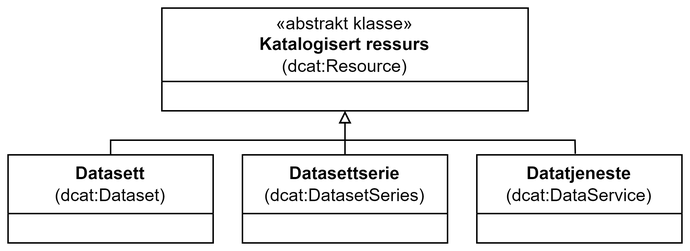
Informasjonsforvaltning/dcat-ap-no keeps this draw.io diagram as docs/images/Klassen-KatalogisertRessurs.png. Above is the earlier version. Source tidied: cells renumbered, new cells last; positions are measured from the earlier drawing's top-left corner, leaving out a move shared by most shapes.
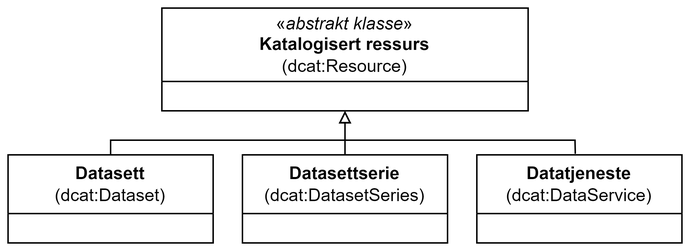
Above is the later version.

Commit message:
Oppdaterer Katalogisert ressurs

The edit, as a diff of the source:
```diff
@@ -2,7 +2,7 @@
   <root>
     <mxCell id="0" />
     <mxCell id="1" parent="0" />
-    <mxCell id="2" value="&lt;span style=&quot;font-weight: normal;&quot;&gt;«abstrakt klasse»&lt;/span&gt;&lt;br&gt;Katalogisert ressurs&lt;br&gt;&lt;span style=&quot;font-weight: normal;&quot;&gt;(&lt;/span&gt;&lt;span style=&quot;font-weight: 400;&quot;&gt;dcat:Resource&lt;/span&gt;&lt;span style=&quot;font-weight: normal;&quot;&gt;)&lt;/span&gt;" style="swimlane;whiteSpace=wrap;html=1;startSize=50;" parent="1" vertex="1">
+    <mxCell id="2" value="&lt;span style=&quot;font-weight: normal;&quot;&gt;«&lt;i&gt;abstrakt klasse&lt;/i&gt;»&lt;/span&gt;&lt;br&gt;Katalogisert ressurs&lt;br&gt;&lt;span style=&quot;font-weight: normal;&quot;&gt;(&lt;/span&gt;&lt;span style=&quot;font-weight: 400;&quot;&gt;dcat:Resource&lt;/span&gt;&lt;span style=&quot;font-weight: normal;&quot;&gt;)&lt;/span&gt;" style="swimlane;whiteSpace=wrap;html=1;startSize=50;" parent="1" vertex="1">
       <mxGeometry x="105" width="250" height="70" as="geometry" />
     </mxCell>
     <mxCell id="3" value="Datasett&lt;br&gt;&lt;span style=&quot;font-weight: normal;&quot;&gt;(&lt;/span&gt;&lt;span style=&quot;font-weight: 400;&quot;&gt;dcat:Dataset&lt;/span&gt;&lt;span style=&quot;font-weight: normal;&quot;&gt;)&lt;/span&gt;" style="swimlane;whiteSpace=wrap;html=1;startSize=40;" parent="1" vertex="1">
```
